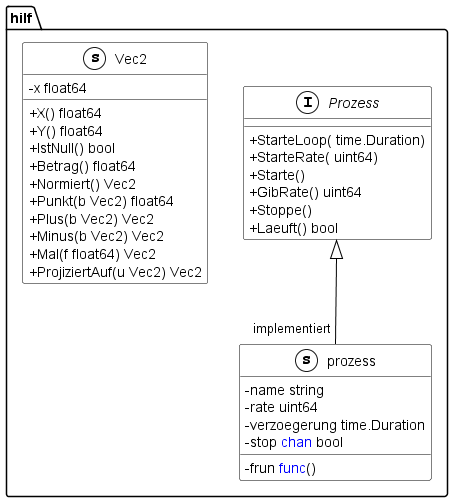
Before: documentation/UML/hilf.png, a diagram exported from PlantUML (Fussbroich/lwb-SWP).
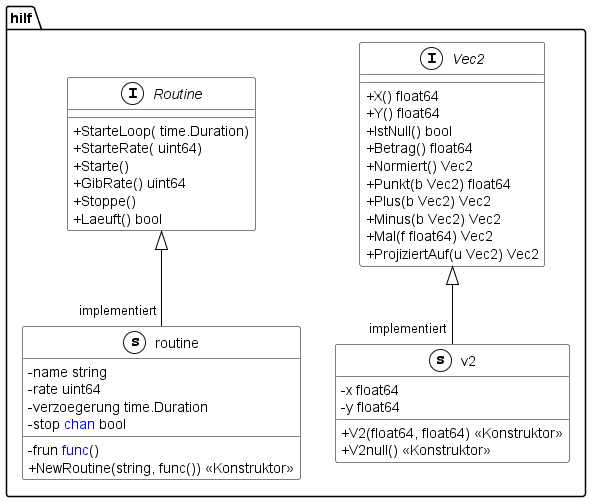
After the change.

Change to the diagram source:
```diff
@@ -6,18 +6,7 @@
 BorderColor Black
 }
 namespace hilf {
-    interface Prozess << (I,White) >> {
-        + StarteLoop( time.Duration)
-        + StarteRate( uint64)
-        + Starte()
-        + GibRate() uint64
-        + Stoppe()
-        + Laeuft() bool
-
-    }
-    class Vec2 << (s,White) >> {
-        - x float64
-
+    interface Vec2 << (I,White) >> {
         + X() float64
         + Y() float64
         + IstNull() bool
@@ -28,17 +17,35 @@
         + Minus(b Vec2) Vec2
         + Mal(f float64) Vec2
         + ProjiziertAuf(u Vec2) Vec2
+    }
+    interface Routine << (I,White) >> {
+        + StarteLoop( time.Duration)
+        + StarteRate( uint64)
+        + Starte()
+        + GibRate() uint64
+        + Stoppe()
+        + Laeuft() bool
 
     }
-    class prozess << (s,White) >> {
+    class v2 << (s,White) >> {
+        - x float64
+        - y float64
+
+        + V2(float64, float64) << Konstruktor >>
+        + V2null() << Konstruktor >>
+    }
+    class routine << (s,White) >> {
         - name string
         - frun <font color=blue>func</font>()
         - rate uint64
         - verzoegerung time.Duration
         - stop <font color=blue>chan</font> bool
+
+        + NewRoutine(string, func()) << Konstruktor >>
     }
 }
 
-"hilf.Prozess" <|-- "implementiert""hilf.prozess"
+"hilf.Routine" <|-- "implementiert""hilf.routine"
+"hilf.Vec2" <|-- "implementiert""hilf.v2"
 
 @enduml
```
